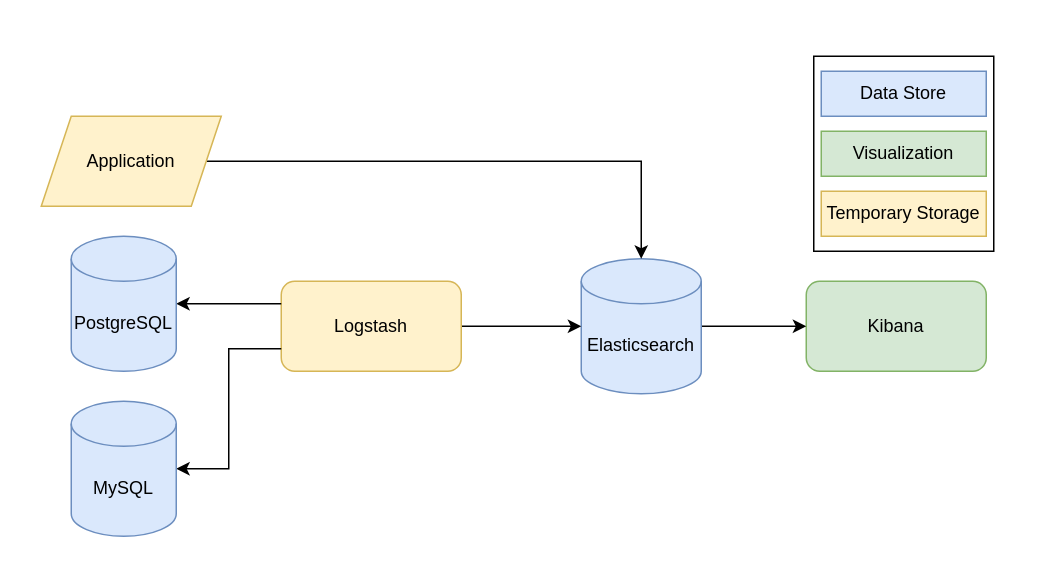
PanzerknackerR/elasticsearch_multisouce_searchengine keeps this draw.io diagram as page "Seite-1" (1 of 2) of doc/figures/searchengine_architecture.drawio. Above is the earlier version. Source tidied: cells renumbered, new cells numbered last; positions are measured from the earlier drawing's top-left corner, leaving out a move shared by most shapes. Both pictures are drawn from the tidied source at 150%, with x=0, y=0 at pixel (40, 56).
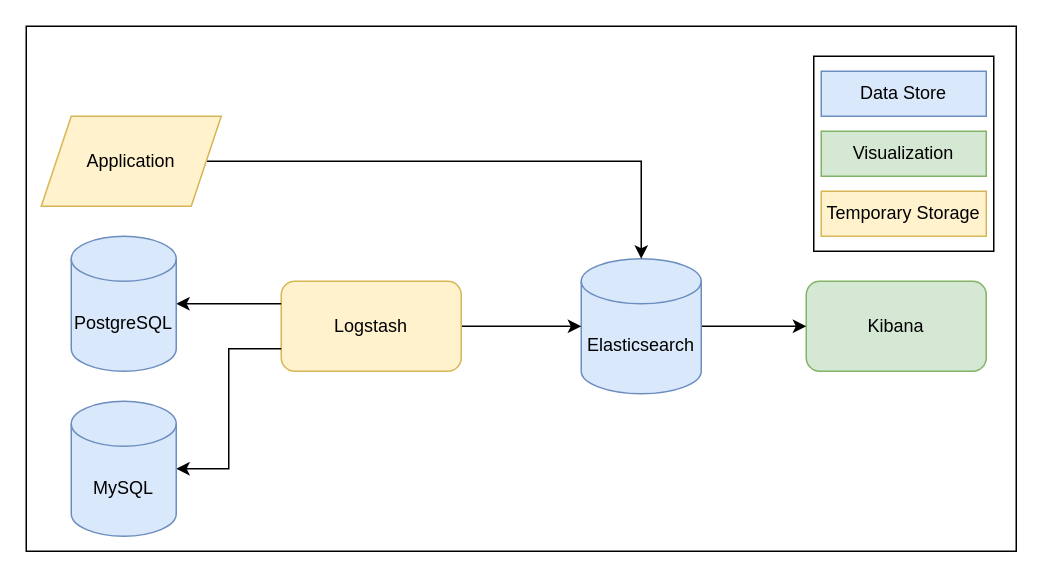
Above is the later version.

What changed in the source:
```diff
@@
 <mxGraphModel>
   <root>
     <mxCell id="0" />
     <mxCell id="1" parent="0" />
+    <mxCell id="17" style="rounded=0;whiteSpace=wrap;html=1;" parent="1" vertex="1">
+      <mxGeometry x="-10" y="-20" width="660" height="350" as="geometry" />
+    </mxCell>
     <mxCell id="2" style="rounded=0;whiteSpace=wrap;html=1;" parent="1" vertex="1">
       <mxGeometry x="515" width="120" height="130" as="geometry" />
     </mxCell>
     <mxCell id="3" value="Kibana" style="rounded=1;whiteSpace=wrap;html=1;fillColor=#d5e8d4;strokeColor=#82b366;" parent="1" vertex="1">
       <mxGeometry x="510" y="150" width="120" height="60" as="geometry" />
     </mxCell>
     <mxCell id="4" style="edgeStyle=orthogonalEdgeStyle;rounded=0;jettySize=auto;html=1;exitX=1;exitY=0.5;exitDx=0;exitDy=0;exitPerimeter=0;entryX=0;entryY=0.5;entryDx=0;entryDy=0;" parent="1" edge="1" source="5" target="3">
       <mxGeometry relative="1" as="geometry" />
     </mxCell>
     <mxCell id="5" value="Elasticsearch" style="shape=cylinder3;whiteSpace=wrap;html=1;boundedLbl=1;backgroundOutline=1;size=15;fillColor=#dae8fc;strokeColor=#6c8ebf;" parent="1" vertex="1">
       <mxGeometry x="360" y="135" width="80" height="90" as="geometry" />
     </mxCell>
     <mxCell id="6" style="edgeStyle=orthogonalEdgeStyle;rounded=0;jettySize=auto;html=1;exitX=1;exitY=0.5;exitDx=0;exitDy=0;entryX=0;entryY=0.5;entryDx=0;entryDy=0;entryPerimeter=0;" parent="1" edge="1" source="7" target="5">
       <mxGeometry relative="1" as="geometry" />
     </mxCell>
     <mxCell id="7" value="Logstash" style="rounded=1;whiteSpace=wrap;html=1;fillColor=#fff2cc;strokeColor=#d6b656;" parent="1" vertex="1">
       <mxGeometry x="160" y="150" width="120" height="60" as="geometry" />
     </mxCell>
     <mxCell id="8" style="edgeStyle=orthogonalEdgeStyle;rounded=0;jettySize=auto;html=1;exitX=1;exitY=0.5;exitDx=0;exitDy=0;exitPerimeter=0;entryX=0;entryY=0.25;entryDx=0;entryDy=0;startArrow=classic;startFill=1;endArrow=none;endFill=0;" parent="1" edge="1" source="9" target="7">
       <mxGeometry relative="1" as="geometry" />
     </mxCell>
     <mxCell id="9" value="PostgreSQL" style="shape=cylinder3;whiteSpace=wrap;html=1;boundedLbl=1;backgroundOutline=1;size=15;fillColor=#dae8fc;strokeColor=#6c8ebf;" parent="1" vertex="1">
       <mxGeometry x="20" y="120" width="70" height="90" as="geometry" />
     </mxCell>
     <mxCell id="10" style="edgeStyle=orthogonalEdgeStyle;rounded=0;jettySize=auto;html=1;exitX=1;exitY=0.5;exitDx=0;exitDy=0;exitPerimeter=0;entryX=0;entryY=0.75;entryDx=0;entryDy=0;startArrow=classic;startFill=1;endArrow=none;endFill=0;" parent="1" edge="1" source="11" target="7">
       <mxGeometry relative="1" as="geometry" />
     </mxCell>
     <mxCell id="11" value="MySQL" style="shape=cylinder3;whiteSpace=wrap;html=1;boundedLbl=1;backgroundOutline=1;size=15;fillColor=#dae8fc;strokeColor=#6c8ebf;" parent="1" vertex="1">
       <mxGeometry x="20" y="230" width="70" height="90" as="geometry" />
     </mxCell>
     <mxCell id="12" style="edgeStyle=orthogonalEdgeStyle;rounded=0;jettySize=auto;html=1;exitX=1;exitY=0.5;exitDx=0;exitDy=0;entryX=0.5;entryY=0;entryDx=0;entryDy=0;entryPerimeter=0;" parent="1" edge="1" source="13" target="5">
       <mxGeometry relative="1" as="geometry" />
     </mxCell>
     <mxCell id="13" value="Application" style="shape=parallelogram;perimeter=parallelogramPerimeter;whiteSpace=wrap;html=1;fixedSize=1;fillColor=#fff2cc;strokeColor=#d6b656;" parent="1" vertex="1">
       <mxGeometry y="40" width="120" height="60" as="geometry" />
     </mxCell>
     <mxCell id="14" value="Data Store" style="rounded=0;whiteSpace=wrap;html=1;fillColor=#dae8fc;strokeColor=#6c8ebf;" parent="1" vertex="1">
       <mxGeometry x="520" y="10" width="110" height="30" as="geometry" />
     </mxCell>
     <mxCell id="15" value="Visualization" style="rounded=0;whiteSpace=wrap;html=1;fillColor=#d5e8d4;strokeColor=#82b366;" parent="1" vertex="1">
       <mxGeometry x="520" y="50" width="110" height="30" as="geometry" />
     </mxCell>
     <mxCell id="16" value="Temporary Storage" style="rounded=0;whiteSpace=wrap;html=1;fillColor=#fff2cc;strokeColor=#d6b656;" parent="1" vertex="1">
       <mxGeometry x="520" y="90" width="110" height="30" as="geometry" />
     </mxCell>
   </root>
 </mxGraphModel>
```
